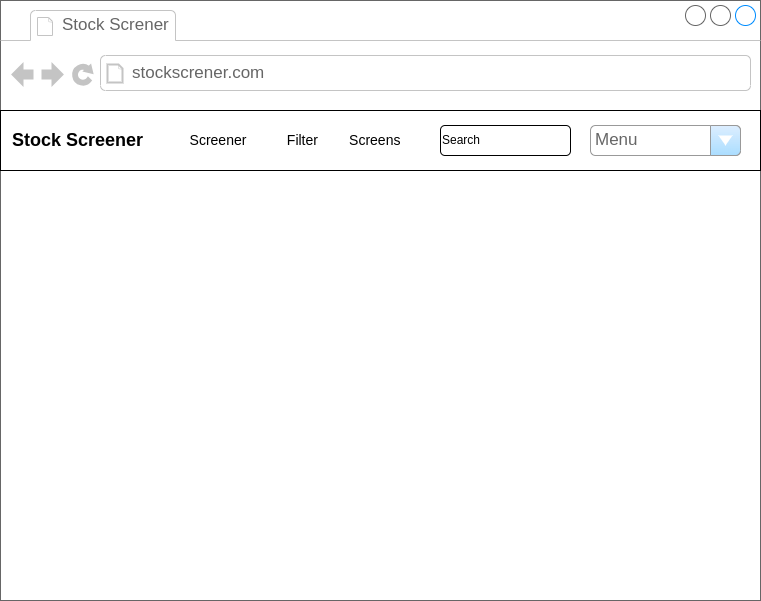
The draw.io diagram pages/StockScreener.drawio.png in The-Reinhold/Screener_DrawIO, before a commit. Source tidied: cells renumbered, new cells last; positions are measured from the earlier drawing's top-left corner, leaving out a move shared by most shapes.
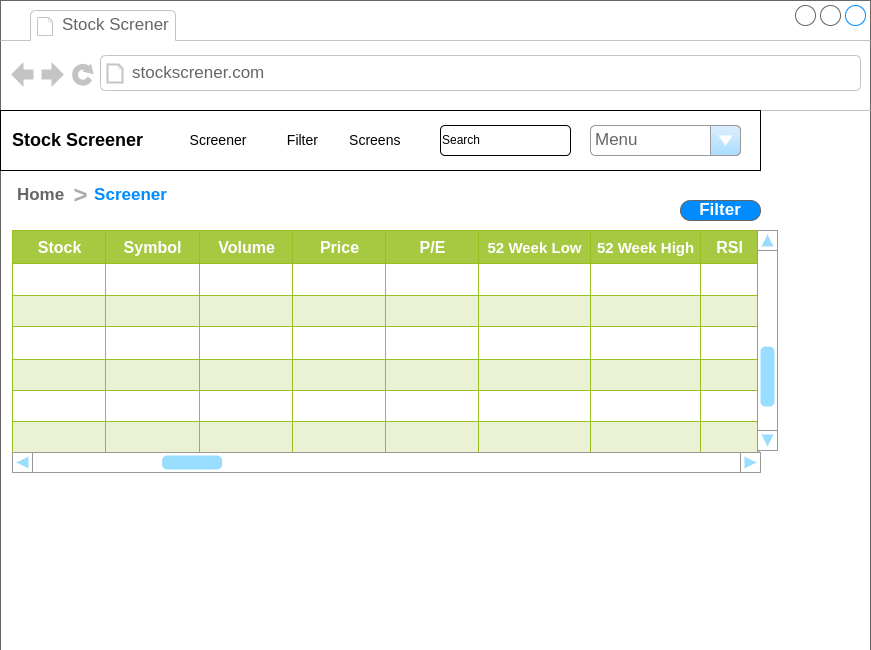
Above is the later version.

Change to the diagram source:
```diff
@@ -2,26 +2,236 @@
   <root>
     <mxCell id="0" />
     <mxCell id="1" parent="0" />
-    <mxCell id="2" style="strokeWidth=1;shadow=0;dashed=0;align=center;html=1;shape=mxgraph.mockup.containers.browserWindow;rSize=0;strokeColor=#666666;strokeColor2=#008cff;strokeColor3=#c4c4c4;mainText=,;" parent="1" vertex="1">
-      <mxGeometry width="760" height="600" as="geometry" />
-    </mxCell>
+    <mxCell id="9" style="strokeWidth=1;shadow=0;dashed=0;align=center;html=1;shape=mxgraph.mockup.containers.browserWindow;rSize=0;strokeColor=none;strokeColor2=#008cff;strokeColor3=#c4c4c4;mainText=,;" parent="1" vertex="1">
+      <mxGeometry x="30" y="-110" width="870" height="650" as="geometry" />
+    </mxCell>
-    <mxCell id="3" value="Stock Screner" style="strokeWidth=1;shadow=0;dashed=0;align=center;html=1;shape=mxgraph.mockup.containers.anchor;fontSize=17;fontColor=#666666;align=left;whiteSpace=wrap;" parent="2" vertex="1">
+    <mxCell id="3" value="Stock Screner" style="strokeWidth=1;shadow=0;dashed=0;align=center;html=1;shape=mxgraph.mockup.containers.anchor;fontSize=17;fontColor=#666666;align=left;whiteSpace=wrap;" parent="9" vertex="1">
       <mxGeometry x="60" y="12" width="170" height="26" as="geometry" />
     </mxCell>
-    <mxCell id="4" value="stockscrener.com" style="strokeWidth=1;shadow=0;dashed=0;align=center;html=1;shape=mxgraph.mockup.containers.anchor;rSize=0;fontSize=17;fontColor=#666666;align=left;" parent="2" vertex="1">
+    <mxCell id="4" value="stockscrener.com" style="strokeWidth=1;shadow=0;dashed=0;align=center;html=1;shape=mxgraph.mockup.containers.anchor;rSize=0;fontSize=17;fontColor=#666666;align=left;" parent="9" vertex="1">
       <mxGeometry x="130" y="60" width="250" height="26" as="geometry" />
     </mxCell>
-    <mxCell id="5" value="&lt;h2&gt;&amp;nbsp; Stock Screener&amp;nbsp;&lt;/h2&gt;" style="rounded=0;whiteSpace=wrap;html=1;align=left;" parent="2" vertex="1">
+    <mxCell id="5" value="&lt;h2&gt;&amp;nbsp; Stock Screener&amp;nbsp;&lt;/h2&gt;" style="rounded=0;whiteSpace=wrap;html=1;align=left;" parent="9" vertex="1">
       <mxGeometry y="110" width="760" height="60" as="geometry" />
     </mxCell>
-    <mxCell id="6" value="Screener&lt;span style=&quot;white-space: pre; font-size: 14px;&quot;&gt;&#9;&lt;/span&gt;&lt;span style=&quot;white-space: pre; font-size: 14px;&quot;&gt;&#9;&lt;/span&gt;&amp;nbsp;Filter&lt;span style=&quot;white-space: pre; font-size: 14px;&quot;&gt;&#9;&lt;/span&gt;&amp;nbsp;Screens" style="text;html=1;strokeColor=none;fillColor=none;align=center;verticalAlign=middle;whiteSpace=wrap;rounded=0;fontSize=14;" parent="2" vertex="1">
+    <mxCell id="6" value="Screener&lt;span style=&quot;white-space: pre; font-size: 14px;&quot;&gt;&#9;&lt;/span&gt;&lt;span style=&quot;white-space: pre; font-size: 14px;&quot;&gt;&#9;&lt;/span&gt;&amp;nbsp;Filter&lt;span style=&quot;white-space: pre; font-size: 14px;&quot;&gt;&#9;&lt;/span&gt;&amp;nbsp;Screens" style="text;html=1;strokeColor=none;fillColor=none;align=center;verticalAlign=middle;whiteSpace=wrap;rounded=0;fontSize=14;" parent="9" vertex="1">
       <mxGeometry x="190" y="125" width="210" height="30" as="geometry" />
     </mxCell>
-    <mxCell id="7" value="Menu" style="strokeWidth=1;shadow=0;dashed=0;align=center;html=1;shape=mxgraph.mockup.forms.comboBox;strokeColor=#999999;fillColor=#ddeeff;align=left;fillColor2=#aaddff;mainText=;fontColor=#666666;fontSize=17;spacingLeft=3;" parent="2" vertex="1">
+    <mxCell id="7" value="Menu" style="strokeWidth=1;shadow=0;dashed=0;align=center;html=1;shape=mxgraph.mockup.forms.comboBox;strokeColor=#999999;fillColor=#ddeeff;align=left;fillColor2=#aaddff;mainText=;fontColor=#666666;fontSize=17;spacingLeft=3;" parent="9" vertex="1">
       <mxGeometry x="590" y="125" width="150" height="30" as="geometry" />
     </mxCell>
-    <mxCell id="8" value="Search" style="rounded=1;whiteSpace=wrap;html=1;align=left;" parent="2" vertex="1">
+    <mxCell id="8" value="Search" style="rounded=1;whiteSpace=wrap;html=1;align=left;" parent="9" vertex="1">
       <mxGeometry x="440" y="125" width="130" height="30" as="geometry" />
     </mxCell>
+    <mxCell id="10" value="Home" style="strokeWidth=1;shadow=0;dashed=0;align=center;html=1;shape=mxgraph.mockup.navigation.anchor;fontSize=17;fontColor=#666666;fontStyle=1;" parent="9" vertex="1">
+      <mxGeometry x="10" y="180" width="60" height="30" as="geometry" />
+    </mxCell>
+    <mxCell id="11" value="&gt;" style="strokeWidth=1;shadow=0;dashed=0;align=center;html=1;shape=mxgraph.mockup.navigation.anchor;fontSize=24;fontColor=#aaaaaa;fontStyle=1;" parent="9" vertex="1">
+      <mxGeometry x="70" y="180" width="20" height="30" as="geometry" />
+    </mxCell>
+    <mxCell id="12" value="Screener" style="strokeWidth=1;shadow=0;dashed=0;align=center;html=1;shape=mxgraph.mockup.navigation.anchor;fontSize=17;fontColor=#008cff;fontStyle=1;" parent="9" vertex="1">
+      <mxGeometry x="100" y="180" width="60" height="30" as="geometry" />
+    </mxCell>
+    <mxCell id="13" value="Assets" style="strokeColor=#98bf21;fillColor=#A7C942;shadow=1;" parent="9" vertex="1">
+      <mxGeometry x="12" y="230" width="745" height="222" as="geometry" />
+    </mxCell>
+    <mxCell id="14" style="shape=tableRow;horizontal=0;startSize=0;swimlaneHead=0;swimlaneBody=0;top=0;left=0;bottom=0;right=0;fontStyle=0;strokeColor=inherit;fillColor=#ffffff;" parent="13" vertex="1">
+      <mxGeometry width="745" height="33" as="geometry" />
+    </mxCell>
+    <mxCell id="15" value="Stock" style="strokeColor=inherit;fillColor=#A7C942;align=center;fontStyle=1;fontColor=#FFFFFF;html=1;fontSize=16;" parent="14" vertex="1">
+      <mxGeometry width="93" height="33" as="geometry" />
+    </mxCell>
+    <mxCell id="16" value="Symbol" style="strokeColor=inherit;fillColor=#A7C942;align=center;fontStyle=1;fontColor=#FFFFFF;html=1;fontSize=16;" parent="14" vertex="1">
+      <mxGeometry x="93" width="94" height="33" as="geometry" />
+    </mxCell>
+    <mxCell id="17" value="Volume" style="strokeColor=inherit;fillColor=#A7C942;align=center;fontStyle=1;fontColor=#FFFFFF;html=1;fontSize=16;" parent="14" vertex="1">
+      <mxGeometry x="187" width="93" height="33" as="geometry" />
+    </mxCell>
+    <mxCell id="18" value="Price" style="strokeColor=inherit;fillColor=#A7C942;align=center;fontStyle=1;fontColor=#FFFFFF;html=1;fontSize=16;" parent="14" vertex="1">
+      <mxGeometry x="280" width="93" height="33" as="geometry" />
+    </mxCell>
+    <mxCell id="19" value="P/E" style="strokeColor=inherit;fillColor=#A7C942;align=center;fontStyle=1;fontColor=#FFFFFF;html=1;fontSize=16;" parent="14" vertex="1">
+      <mxGeometry x="373" width="93" height="33" as="geometry" />
+    </mxCell>
+    <mxCell id="20" value="52 Week Low" style="strokeColor=inherit;fillColor=#A7C942;align=center;fontStyle=1;fontColor=#FFFFFF;html=1;fontSize=15;" parent="14" vertex="1">
+      <mxGeometry x="466" width="112" height="33" as="geometry" />
+    </mxCell>
+    <mxCell id="21" value="52 Week High" style="strokeColor=inherit;fillColor=#A7C942;align=center;fontStyle=1;fontColor=#FFFFFF;html=1;fontSize=15;" parent="14" vertex="1">
+      <mxGeometry x="578" width="110" height="33" as="geometry" />
+    </mxCell>
+    <mxCell id="22" value="RSI" style="strokeColor=inherit;fillColor=#A7C942;align=center;fontStyle=1;fontColor=#FFFFFF;html=1;fontSize=16;" parent="14" vertex="1">
+      <mxGeometry x="688" width="57" height="33" as="geometry" />
+    </mxCell>
+    <mxCell id="23" style="shape=tableRow;horizontal=0;startSize=0;swimlaneHead=0;swimlaneBody=0;top=0;left=0;bottom=0;right=0;fontStyle=0;strokeColor=inherit;fillColor=#ffffff;" parent="13" vertex="1">
+      <mxGeometry y="33" width="745" height="32" as="geometry" />
+    </mxCell>
+    <mxCell id="24" style="strokeColor=inherit;fillColor=inherit;align=center;whiteSpace=wrap;html=1;" parent="23" vertex="1">
+      <mxGeometry width="93" height="32" as="geometry" />
+    </mxCell>
+    <mxCell id="25" style="strokeColor=inherit;fillColor=inherit;align=center;whiteSpace=wrap;html=1;" parent="23" vertex="1">
+      <mxGeometry x="93" width="94" height="32" as="geometry" />
+    </mxCell>
+    <mxCell id="26" style="strokeColor=inherit;fillColor=inherit;align=center;whiteSpace=wrap;html=1;" parent="23" vertex="1">
+      <mxGeometry x="187" width="93" height="32" as="geometry" />
+    </mxCell>
+    <mxCell id="27" style="strokeColor=inherit;fillColor=inherit;align=center;whiteSpace=wrap;html=1;" parent="23" vertex="1">
+      <mxGeometry x="280" width="93" height="32" as="geometry" />
+    </mxCell>
+    <mxCell id="28" style="strokeColor=inherit;fillColor=inherit;align=center;whiteSpace=wrap;html=1;" parent="23" vertex="1">
+      <mxGeometry x="373" width="93" height="32" as="geometry" />
+    </mxCell>
+    <mxCell id="29" style="strokeColor=inherit;fillColor=inherit;align=center;whiteSpace=wrap;html=1;" parent="23" vertex="1">
+      <mxGeometry x="466" width="112" height="32" as="geometry" />
+    </mxCell>
+    <mxCell id="30" style="strokeColor=inherit;fillColor=inherit;align=center;whiteSpace=wrap;html=1;" parent="23" vertex="1">
+      <mxGeometry x="578" width="110" height="32" as="geometry" />
+    </mxCell>
+    <mxCell id="31" style="strokeColor=inherit;fillColor=inherit;align=center;whiteSpace=wrap;html=1;" parent="23" vertex="1">
+      <mxGeometry x="688" width="57" height="32" as="geometry" />
+    </mxCell>
+    <mxCell id="32" style="shape=tableRow;horizontal=0;startSize=0;swimlaneHead=0;swimlaneBody=0;top=0;left=0;bottom=0;right=0;fontStyle=1;strokeColor=inherit;fillColor=#EAF2D3;" parent="13" vertex="1">
+      <mxGeometry y="65" width="745" height="31" as="geometry" />
+    </mxCell>
+    <mxCell id="33" style="strokeColor=inherit;fillColor=inherit;whiteSpace=wrap;html=1;" parent="32" vertex="1">
+      <mxGeometry width="93" height="31" as="geometry" />
+    </mxCell>
+    <mxCell id="34" style="strokeColor=inherit;fillColor=inherit;whiteSpace=wrap;html=1;" parent="32" vertex="1">
+      <mxGeometry x="93" width="94" height="31" as="geometry" />
+    </mxCell>
+    <mxCell id="35" style="strokeColor=inherit;fillColor=inherit;whiteSpace=wrap;html=1;" parent="32" vertex="1">
+      <mxGeometry x="187" width="93" height="31" as="geometry" />
+    </mxCell>
+    <mxCell id="36" style="strokeColor=inherit;fillColor=inherit;whiteSpace=wrap;html=1;" parent="32" vertex="1">
+      <mxGeometry x="280" width="93" height="31" as="geometry" />
+    </mxCell>
+    <mxCell id="37" style="strokeColor=inherit;fillColor=inherit;whiteSpace=wrap;html=1;" parent="32" vertex="1">
+      <mxGeometry x="373" width="93" height="31" as="geometry" />
+    </mxCell>
+    <mxCell id="38" style="strokeColor=inherit;fillColor=inherit;whiteSpace=wrap;html=1;" parent="32" vertex="1">
+      <mxGeometry x="466" width="112" height="31" as="geometry" />
+    </mxCell>
+    <mxCell id="39" style="strokeColor=inherit;fillColor=inherit;whiteSpace=wrap;html=1;" parent="32" vertex="1">
+      <mxGeometry x="578" width="110" height="31" as="geometry" />
+    </mxCell>
+    <mxCell id="40" style="strokeColor=inherit;fillColor=inherit;whiteSpace=wrap;html=1;" parent="32" vertex="1">
+      <mxGeometry x="688" width="57" height="31" as="geometry" />
+    </mxCell>
+    <mxCell id="41" style="shape=tableRow;horizontal=0;startSize=0;swimlaneHead=0;swimlaneBody=0;top=0;left=0;bottom=0;right=0;fontStyle=0;strokeColor=inherit;fillColor=#ffffff;" parent="13" vertex="1">
+      <mxGeometry y="96" width="745" height="33" as="geometry" />
+    </mxCell>
+    <mxCell id="42" style="strokeColor=inherit;fillColor=inherit;fontStyle=0;align=center;whiteSpace=wrap;html=1;" parent="41" vertex="1">
+      <mxGeometry width="93" height="33" as="geometry" />
+    </mxCell>
+    <mxCell id="43" style="strokeColor=inherit;fillColor=inherit;fontStyle=0;align=center;whiteSpace=wrap;html=1;" parent="41" vertex="1">
+      <mxGeometry x="93" width="94" height="33" as="geometry" />
+    </mxCell>
+    <mxCell id="44" style="strokeColor=inherit;fillColor=inherit;fontStyle=0;align=center;whiteSpace=wrap;html=1;" parent="41" vertex="1">
+      <mxGeometry x="187" width="93" height="33" as="geometry" />
+    </mxCell>
+    <mxCell id="45" style="strokeColor=inherit;fillColor=inherit;fontStyle=0;align=center;whiteSpace=wrap;html=1;" parent="41" vertex="1">
+      <mxGeometry x="280" width="93" height="33" as="geometry" />
+    </mxCell>
+    <mxCell id="46" style="strokeColor=inherit;fillColor=inherit;fontStyle=0;align=center;whiteSpace=wrap;html=1;" parent="41" vertex="1">
+      <mxGeometry x="373" width="93" height="33" as="geometry" />
+    </mxCell>
+    <mxCell id="47" style="strokeColor=inherit;fillColor=inherit;fontStyle=0;align=center;whiteSpace=wrap;html=1;" parent="41" vertex="1">
+      <mxGeometry x="466" width="112" height="33" as="geometry" />
+    </mxCell>
+    <mxCell id="48" style="strokeColor=inherit;fillColor=inherit;fontStyle=0;align=center;whiteSpace=wrap;html=1;" parent="41" vertex="1">
+      <mxGeometry x="578" width="110" height="33" as="geometry" />
+    </mxCell>
+    <mxCell id="49" style="strokeColor=inherit;fillColor=inherit;fontStyle=0;align=center;whiteSpace=wrap;html=1;" parent="41" vertex="1">
+      <mxGeometry x="688" width="57" height="33" as="geometry" />
+    </mxCell>
+    <mxCell id="50" style="shape=tableRow;horizontal=0;startSize=0;swimlaneHead=0;swimlaneBody=0;top=0;left=0;bottom=0;right=0;fontStyle=1;strokeColor=inherit;fillColor=#EAF2D3;" parent="13" vertex="1">
+      <mxGeometry y="129" width="745" height="31" as="geometry" />
+    </mxCell>
+    <mxCell id="51" style="strokeColor=inherit;fillColor=inherit;whiteSpace=wrap;html=1;" parent="50" vertex="1">
+      <mxGeometry width="93" height="31" as="geometry" />
+    </mxCell>
+    <mxCell id="52" style="strokeColor=inherit;fillColor=inherit;whiteSpace=wrap;html=1;" parent="50" vertex="1">
+      <mxGeometry x="93" width="94" height="31" as="geometry" />
+    </mxCell>
+    <mxCell id="53" style="strokeColor=inherit;fillColor=inherit;whiteSpace=wrap;html=1;" parent="50" vertex="1">
+      <mxGeometry x="187" width="93" height="31" as="geometry" />
+    </mxCell>
+    <mxCell id="54" style="strokeColor=inherit;fillColor=inherit;whiteSpace=wrap;html=1;" parent="50" vertex="1">
+      <mxGeometry x="280" width="93" height="31" as="geometry" />
+    </mxCell>
+    <mxCell id="55" style="strokeColor=inherit;fillColor=inherit;whiteSpace=wrap;html=1;" parent="50" vertex="1">
+      <mxGeometry x="373" width="93" height="31" as="geometry" />
+    </mxCell>
+    <mxCell id="56" style="strokeColor=inherit;fillColor=inherit;whiteSpace=wrap;html=1;" parent="50" vertex="1">
+      <mxGeometry x="466" width="112" height="31" as="geometry" />
+    </mxCell>
+    <mxCell id="57" style="strokeColor=inherit;fillColor=inherit;whiteSpace=wrap;html=1;" parent="50" vertex="1">
+      <mxGeometry x="578" width="110" height="31" as="geometry" />
+    </mxCell>
+    <mxCell id="58" style="strokeColor=inherit;fillColor=inherit;whiteSpace=wrap;html=1;" parent="50" vertex="1">
+      <mxGeometry x="688" width="57" height="31" as="geometry" />
+    </mxCell>
+    <mxCell id="59" style="shape=tableRow;horizontal=0;startSize=0;swimlaneHead=0;swimlaneBody=0;top=0;left=0;bottom=0;right=0;fontStyle=1;strokeColor=inherit;fillColor=#EAF2D3;" parent="13" vertex="1">
+      <mxGeometry y="160" width="745" height="31" as="geometry" />
+    </mxCell>
+    <mxCell id="60" style="whiteSpace=wrap;html=1;strokeColor=inherit;" parent="59" vertex="1">
+      <mxGeometry width="93" height="31" as="geometry" />
+    </mxCell>
+    <mxCell id="61" style="whiteSpace=wrap;html=1;strokeColor=inherit;" parent="59" vertex="1">
+      <mxGeometry x="93" width="94" height="31" as="geometry" />
+    </mxCell>
+    <mxCell id="62" style="whiteSpace=wrap;html=1;strokeColor=inherit;" parent="59" vertex="1">
+      <mxGeometry x="187" width="93" height="31" as="geometry" />
+    </mxCell>
+    <mxCell id="63" style="whiteSpace=wrap;html=1;strokeColor=inherit;" parent="59" vertex="1">
+      <mxGeometry x="280" width="93" height="31" as="geometry" />
+    </mxCell>
+    <mxCell id="64" style="whiteSpace=wrap;html=1;strokeColor=inherit;" parent="59" vertex="1">
+      <mxGeometry x="373" width="93" height="31" as="geometry" />
+    </mxCell>
+    <mxCell id="65" style="whiteSpace=wrap;html=1;strokeColor=inherit;" parent="59" vertex="1">
+      <mxGeometry x="466" width="112" height="31" as="geometry" />
+    </mxCell>
+    <mxCell id="66" style="whiteSpace=wrap;html=1;strokeColor=inherit;" parent="59" vertex="1">
+      <mxGeometry x="578" width="110" height="31" as="geometry" />
+    </mxCell>
+    <mxCell id="67" style="whiteSpace=wrap;html=1;strokeColor=inherit;" parent="59" vertex="1">
+      <mxGeometry x="688" width="57" height="31" as="geometry" />
+    </mxCell>
+    <mxCell id="68" style="shape=tableRow;horizontal=0;startSize=0;swimlaneHead=0;swimlaneBody=0;top=0;left=0;bottom=0;right=0;fontStyle=1;strokeColor=inherit;fillColor=#EAF2D3;" parent="13" vertex="1">
+      <mxGeometry y="191" width="745" height="31" as="geometry" />
+    </mxCell>
+    <mxCell id="69" style="strokeColor=inherit;fillColor=inherit;whiteSpace=wrap;html=1;" parent="68" vertex="1">
+      <mxGeometry width="93" height="31" as="geometry" />
+    </mxCell>
+    <mxCell id="70" style="strokeColor=inherit;fillColor=inherit;whiteSpace=wrap;html=1;" parent="68" vertex="1">
+      <mxGeometry x="93" width="94" height="31" as="geometry" />
+    </mxCell>
+    <mxCell id="71" style="strokeColor=inherit;fillColor=inherit;whiteSpace=wrap;html=1;" parent="68" vertex="1">
+      <mxGeometry x="187" width="93" height="31" as="geometry" />
+    </mxCell>
+    <mxCell id="72" style="strokeColor=inherit;fillColor=inherit;whiteSpace=wrap;html=1;" parent="68" vertex="1">
+      <mxGeometry x="280" width="93" height="31" as="geometry" />
+    </mxCell>
+    <mxCell id="73" style="strokeColor=inherit;fillColor=inherit;whiteSpace=wrap;html=1;" parent="68" vertex="1">
+      <mxGeometry x="373" width="93" height="31" as="geometry" />
+    </mxCell>
+    <mxCell id="74" style="strokeColor=inherit;fillColor=inherit;whiteSpace=wrap;html=1;" parent="68" vertex="1">
+      <mxGeometry x="466" width="112" height="31" as="geometry" />
+    </mxCell>
+    <mxCell id="75" style="strokeColor=inherit;fillColor=inherit;whiteSpace=wrap;html=1;" parent="68" vertex="1">
+      <mxGeometry x="578" width="110" height="31" as="geometry" />
+    </mxCell>
+    <mxCell id="76" style="strokeColor=inherit;fillColor=inherit;whiteSpace=wrap;html=1;" parent="68" vertex="1">
+      <mxGeometry x="688" width="57" height="31" as="geometry" />
+    </mxCell>
+    <mxCell id="77" value="Filter" style="strokeWidth=1;shadow=0;dashed=0;align=center;html=1;shape=mxgraph.mockup.buttons.button;strokeColor=#666666;fontColor=#ffffff;mainText=;buttonStyle=round;fontSize=17;fontStyle=1;fillColor=#008cff;whiteSpace=wrap;" parent="9" vertex="1">
+      <mxGeometry x="680" y="200" width="80" height="20" as="geometry" />
+    </mxCell>
+    <mxCell id="78" style="verticalLabelPosition=bottom;shadow=0;dashed=0;align=center;html=1;verticalAlign=top;strokeWidth=1;shape=mxgraph.mockup.navigation.scrollBar;strokeColor=#999999;barPos=20;fillColor2=#99ddff;strokeColor2=none;" parent="9" vertex="1">
+      <mxGeometry x="12" y="452" width="748" height="20" as="geometry" />
+    </mxCell>
+    <mxCell id="79" style="verticalLabelPosition=bottom;shadow=0;dashed=0;align=center;html=1;verticalAlign=top;strokeWidth=1;shape=mxgraph.mockup.navigation.scrollBar;strokeColor=#999999;barPos=20;fillColor2=#99ddff;strokeColor2=none;direction=north;" parent="9" vertex="1">
+      <mxGeometry x="757" y="230" width="20" height="220" as="geometry" />
+    </mxCell>
   </root>
 </mxGraphModel>
```
